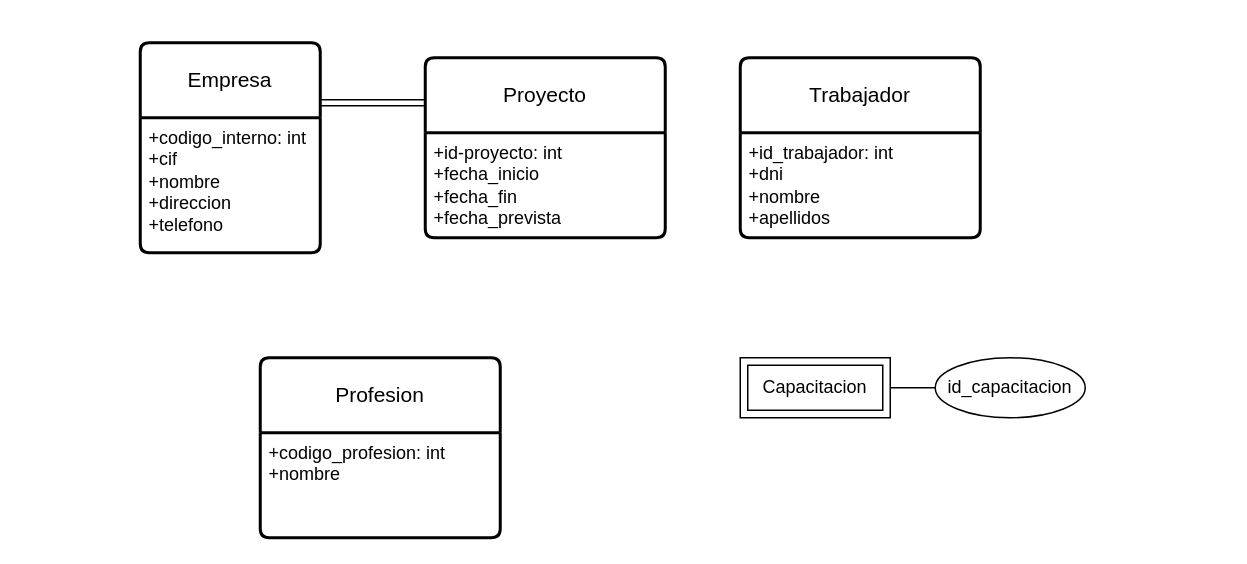
The draw.io diagram ejercicio12.drawio in AsierGArranz/aga-sru-sa-t-UD12DiagramaER-11102023, before the edit. Source tidied: cells renumbered, new cells numbered last; positions are measured from the earlier drawing's top-left corner, leaving out a move shared by most shapes. Both pictures are drawn from the tidied source at 150%, with x=0, y=0 at pixel (140, 42).
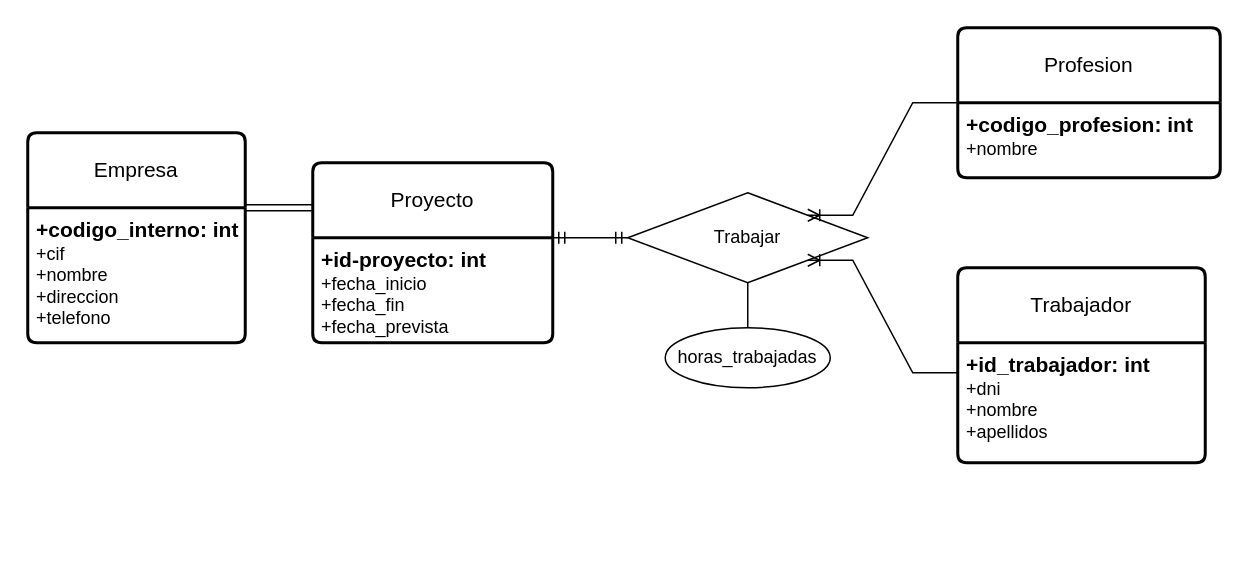
The same diagram, later.

What changed in the source:
```diff
@@
 <mxGraphModel>
   <root>
     <mxCell id="0" />
     <mxCell id="1" parent="0" />
     <mxCell id="2" value="Empresa" style="swimlane;horizontal=1;startSize=50;rounded=1;fontSize=14;fontStyle=0;strokeWidth=2;shadow=0;dashed=0;align=center;arcSize=4;whiteSpace=wrap;html=1;" parent="1" vertex="1">
-      <mxGeometry width="120" height="140" as="geometry" />
+      <mxGeometry x="-75" y="60" width="145" height="140" as="geometry" />
     </mxCell>
-    <mxCell id="3" value="+codigo_interno: int&lt;br&gt;+cif&lt;br&gt;+nombre&lt;br&gt;+direccion&lt;br&gt;+telefono" style="align=left;strokeColor=none;fillColor=none;spacingLeft=4;fontSize=12;verticalAlign=top;html=1;" parent="2" vertex="1">
-      <mxGeometry y="50" width="120" height="90" as="geometry" />
+    <mxCell id="3" value="&lt;font style=&quot;font-size: 14px;&quot;&gt;&lt;b&gt;+codigo_interno: int&lt;/b&gt;&lt;/font&gt;&lt;br&gt;+cif&lt;br&gt;+nombre&lt;br&gt;+direccion&lt;br&gt;+telefono" style="align=left;strokeColor=none;fillColor=none;spacingLeft=4;fontSize=12;verticalAlign=top;html=1;" parent="2" vertex="1">
+      <mxGeometry y="50" width="145" height="90" as="geometry" />
     </mxCell>
     <mxCell id="4" value="Proyecto" style="swimlane;horizontal=1;startSize=50;rounded=1;fontSize=14;fontStyle=0;strokeWidth=2;shadow=0;dashed=0;align=center;arcSize=4;whiteSpace=wrap;html=1;" parent="1" vertex="1">
-      <mxGeometry x="190" y="10" width="160" height="120" as="geometry" />
+      <mxGeometry x="115" y="80" width="160" height="120" as="geometry" />
     </mxCell>
-    <mxCell id="5" value="+id-proyecto: int&lt;br&gt;+fecha_inicio&lt;br&gt;+fecha_fin&lt;br&gt;+fecha_prevista" style="align=left;strokeColor=none;fillColor=none;spacingLeft=4;fontSize=12;verticalAlign=top;html=1;" parent="4" vertex="1">
+    <mxCell id="5" value="&lt;font style=&quot;font-size: 14px;&quot;&gt;&lt;b&gt;+id-proyecto: int&lt;/b&gt;&lt;/font&gt;&lt;br&gt;+fecha_inicio&lt;br&gt;+fecha_fin&lt;br&gt;+fecha_prevista" style="align=left;strokeColor=none;fillColor=none;spacingLeft=4;fontSize=12;verticalAlign=top;html=1;" parent="4" vertex="1">
       <mxGeometry y="50" width="160" height="70" as="geometry" />
     </mxCell>
-    <mxCell id="6" style="shape=link;html=1;rounded=0;entryX=0;entryY=0.25;entryDx=0;entryDy=0;" parent="1" edge="1" target="4">
-      <mxGeometry relative="1" as="geometry">
-        <mxPoint x="120" y="40" as="sourcePoint" />
-      </mxGeometry>
+    <mxCell id="6" style="shape=link;html=1;rounded=0;entryX=0;entryY=0.25;entryDx=0;entryDy=0;exitX=1;exitY=0;exitDx=0;exitDy=0;" parent="1" edge="1" source="3" target="4">
+      <mxGeometry relative="1" as="geometry" />
     </mxCell>
     <mxCell id="7" value="Trabajador" style="swimlane;horizontal=1;startSize=50;rounded=1;fontSize=14;fontStyle=0;strokeWidth=2;shadow=0;dashed=0;align=center;arcSize=4;whiteSpace=wrap;html=1;" parent="1" vertex="1">
-      <mxGeometry x="400" y="10" width="160" height="120" as="geometry" />
+      <mxGeometry x="545" y="150" width="165" height="130" as="geometry" />
     </mxCell>
-    <mxCell id="8" value="+id_trabajador: int&lt;br&gt;+dni&lt;br&gt;+nombre&lt;br&gt;+apellidos" style="align=left;strokeColor=none;fillColor=none;spacingLeft=4;fontSize=12;verticalAlign=top;html=1;" parent="7" vertex="1">
-      <mxGeometry y="50" width="160" height="70" as="geometry" />
+    <mxCell id="8" value="&lt;b&gt;&lt;font style=&quot;font-size: 14px;&quot;&gt;+id_trabajador: int&lt;/font&gt;&lt;/b&gt;&lt;br&gt;+dni&lt;br&gt;+nombre&lt;br&gt;+apellidos" style="align=left;strokeColor=none;fillColor=none;spacingLeft=4;fontSize=12;verticalAlign=top;html=1;" parent="7" vertex="1">
+      <mxGeometry y="50" width="165" height="80" as="geometry" />
     </mxCell>
-    <mxCell id="9" value="Capacitacion" style="shape=ext;margin=3;double=1;whiteSpace=wrap;html=1;align=center;" parent="1" vertex="1">
-      <mxGeometry x="400" y="210" width="100" height="40" as="geometry" />
-    </mxCell>
-    <mxCell id="10" value="id_capacitacion" style="ellipse;whiteSpace=wrap;html=1;align=center;" parent="1" vertex="1">
-      <mxGeometry x="530" y="210" width="100" height="40" as="geometry" />
-    </mxCell>
-    <mxCell id="11" style="endArrow=none;html=1;rounded=0;entryX=0;entryY=0.5;entryDx=0;entryDy=0;exitX=1;exitY=0.5;exitDx=0;exitDy=0;" parent="1" edge="1" source="9" target="10">
-      <mxGeometry relative="1" as="geometry" />
-    </mxCell>
     <mxCell id="12" value="Profesion" style="swimlane;horizontal=1;startSize=50;rounded=1;fontSize=14;fontStyle=0;strokeWidth=2;shadow=0;dashed=0;align=center;arcSize=4;whiteSpace=wrap;html=1;" parent="1" vertex="1">
-      <mxGeometry x="80" y="210" width="160" height="120" as="geometry" />
+      <mxGeometry x="545" y="-10" width="175" height="100" as="geometry" />
     </mxCell>
-    <mxCell id="13" value="+codigo_profesion: int&lt;br&gt;+nombre" style="align=left;strokeColor=none;fillColor=none;spacingLeft=4;fontSize=12;verticalAlign=top;html=1;" parent="12" vertex="1">
-      <mxGeometry y="50" width="160" height="70" as="geometry" />
+    <mxCell id="13" value="&lt;font style=&quot;font-size: 14px;&quot;&gt;&lt;b&gt;+codigo_profesion: int&lt;/b&gt;&lt;/font&gt;&lt;br&gt;+nombre" style="align=left;strokeColor=none;fillColor=none;spacingLeft=4;fontSize=12;verticalAlign=top;html=1;" parent="12" vertex="1">
+      <mxGeometry y="50" width="175" height="50" as="geometry" />
     </mxCell>
+    <mxCell id="14" value="Trabajar" style="shape=rhombus;perimeter=rhombusPerimeter;whiteSpace=wrap;html=1;align=center;" parent="1" vertex="1">
+      <mxGeometry x="325" y="100" width="160" height="60" as="geometry" />
+    </mxCell>
+    <mxCell id="15" value="horas_trabajadas" style="ellipse;whiteSpace=wrap;html=1;align=center;" parent="1" vertex="1">
+      <mxGeometry x="350" y="190" width="110" height="40" as="geometry" />
+    </mxCell>
+    <mxCell id="16" style="endArrow=none;html=1;rounded=0;entryX=0.5;entryY=1;entryDx=0;entryDy=0;exitX=0.5;exitY=0;exitDx=0;exitDy=0;" parent="1" edge="1" source="15" target="14">
+      <mxGeometry relative="1" as="geometry" />
+    </mxCell>
+    <mxCell id="17" style="edgeStyle=entityRelationEdgeStyle;fontSize=12;html=1;endArrow=ERmandOne;startArrow=ERmandOne;rounded=0;exitX=1;exitY=0;exitDx=0;exitDy=0;entryX=0;entryY=0.5;entryDx=0;entryDy=0;" parent="1" edge="1" source="5" target="14">
+      <mxGeometry relative="1" as="geometry" />
+    </mxCell>
+    <mxCell id="18" style="edgeStyle=entityRelationEdgeStyle;fontSize=12;html=1;endArrow=ERoneToMany;rounded=0;exitX=0;exitY=0;exitDx=0;exitDy=0;entryX=1;entryY=0;entryDx=0;entryDy=0;" parent="1" edge="1" source="13" target="14">
+      <mxGeometry relative="1" as="geometry" />
+    </mxCell>
+    <mxCell id="19" style="edgeStyle=entityRelationEdgeStyle;fontSize=12;html=1;endArrow=ERoneToMany;rounded=0;exitX=0;exitY=0.25;exitDx=0;exitDy=0;entryX=1;entryY=1;entryDx=0;entryDy=0;" parent="1" edge="1" source="8" target="14">
+      <mxGeometry relative="1" as="geometry" />
+    </mxCell>
   </root>
 </mxGraphModel>
```
